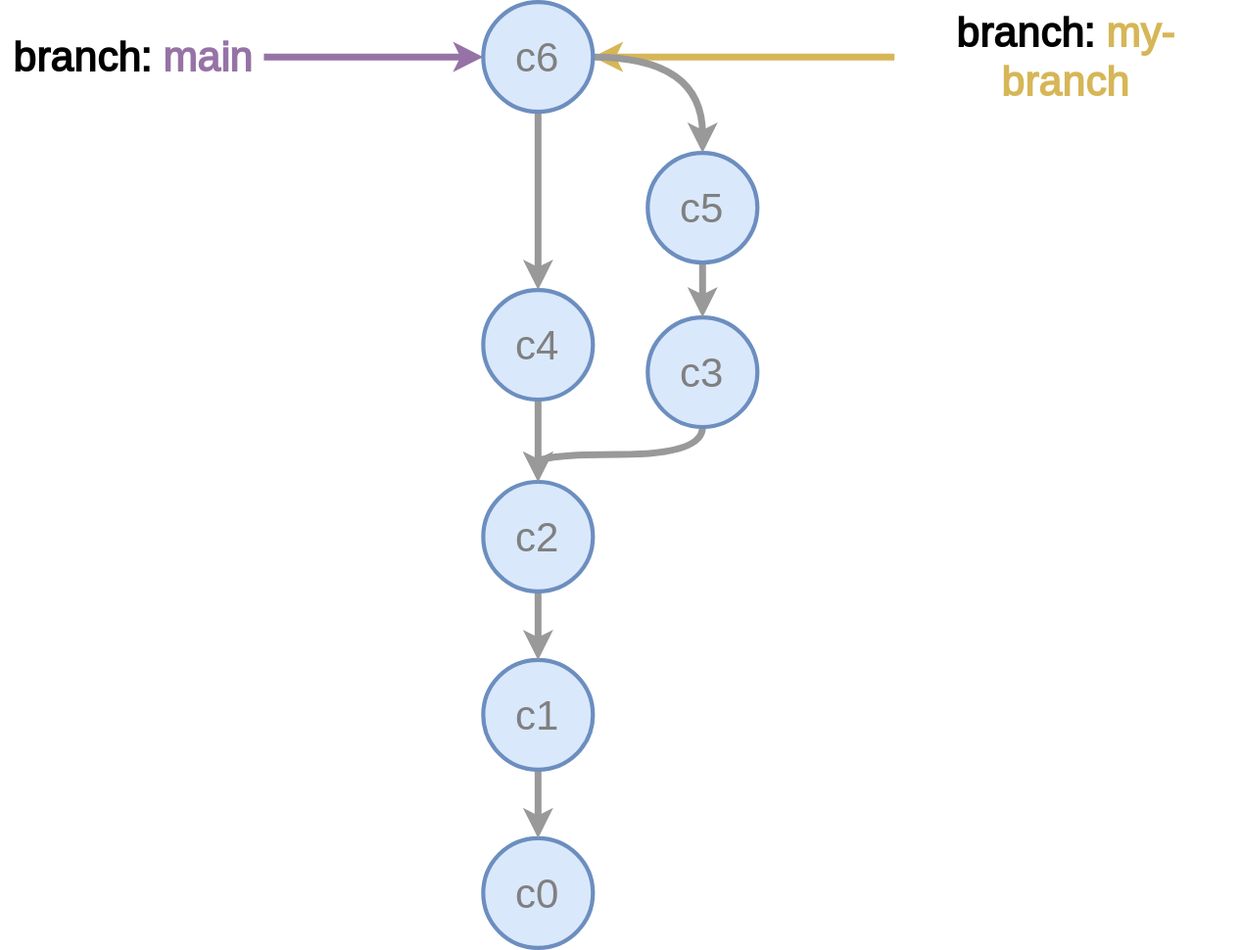
The draw.io diagram public/tags-and-branches-merge.svg in tvannoy/intro-to-git, before a commit. Source tidied: cells renumbered, new cells last; positions are measured from the earlier drawing's top-left corner, leaving out a move shared by most shapes.
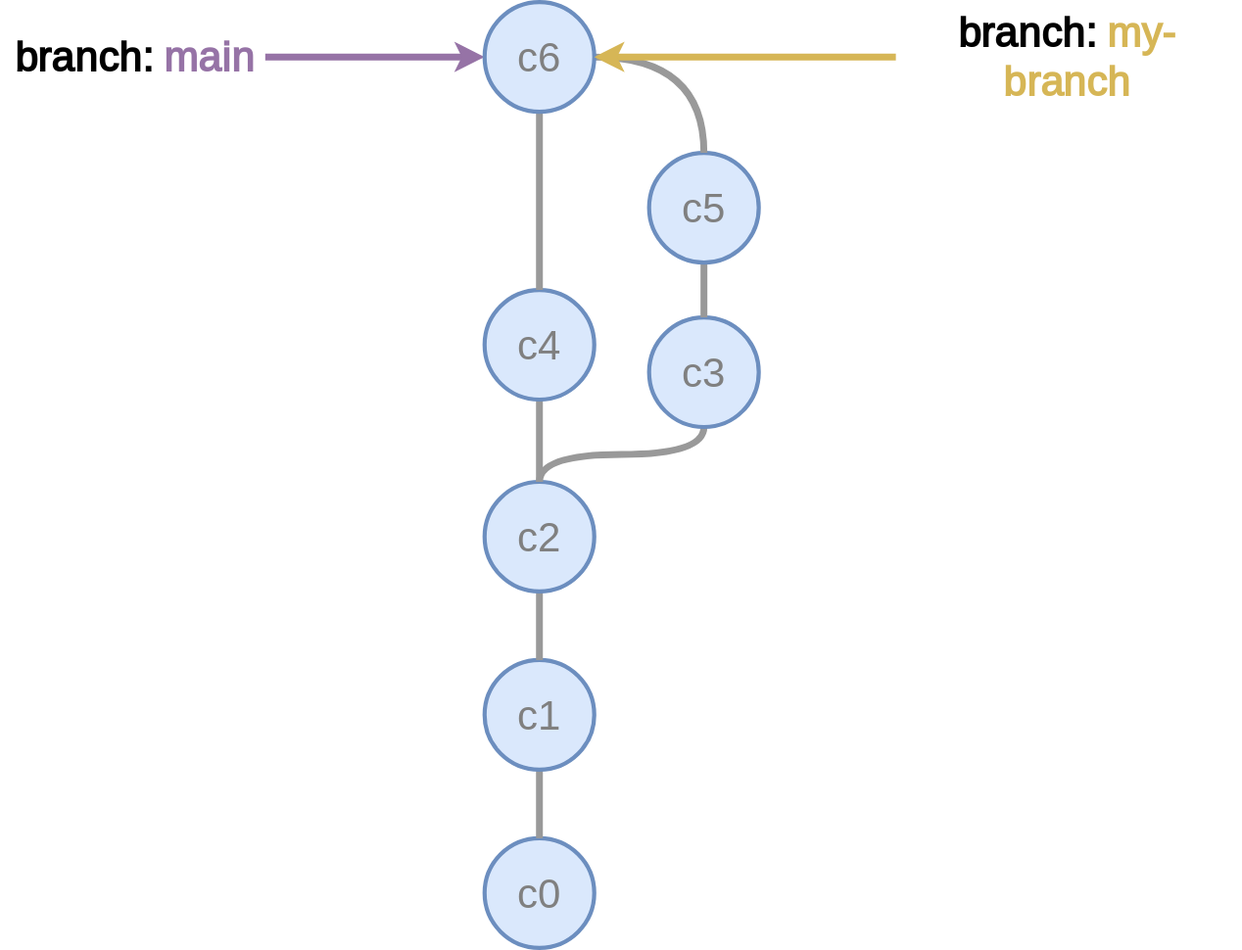
Later version of the same file.

Diff of the diagram source:
```diff
@@ -5,13 +5,13 @@
     <mxCell id="2" value="c0" style="ellipse;whiteSpace=wrap;html=1;fillColor=#dae8fc;strokeColor=#6c8ebf;strokeWidth=3;fontSize=30;fontFamily=Source Sans Pro;fontSource=https%3A%2F%2Ffonts.googleapis.com%2Fcss%3Ffamily%3DSource%2BSans%2BPro;fontColor=#808080;" parent="1" vertex="1">
       <mxGeometry x="350" y="610" width="80" height="80" as="geometry" />
     </mxCell>
-    <mxCell id="3" style="edgeStyle=orthogonalEdgeStyle;curved=1;jettySize=auto;html=1;exitX=0.5;exitY=1;exitDx=0;exitDy=0;entryX=0.5;entryY=0;entryDx=0;entryDy=0;strokeColor=#999999;strokeWidth=5;fontFamily=Source Sans Pro;fontSource=https%3A%2F%2Ffonts.googleapis.com%2Fcss%3Ffamily%3DSource%2BSans%2BPro;fontSize=50;" parent="1" edge="1" source="4" target="2">
+    <mxCell id="3" style="edgeStyle=orthogonalEdgeStyle;curved=1;jettySize=auto;html=1;exitX=0.5;exitY=1;exitDx=0;exitDy=0;entryX=0.5;entryY=0;entryDx=0;entryDy=0;strokeColor=#999999;strokeWidth=5;fontFamily=Source Sans Pro;fontSource=https%3A%2F%2Ffonts.googleapis.com%2Fcss%3Ffamily%3DSource%2BSans%2BPro;fontSize=50;endArrow=none;endFill=0;" parent="1" edge="1" source="4" target="2">
       <mxGeometry relative="1" as="geometry" />
     </mxCell>
     <mxCell id="4" value="&lt;span style=&quot;color: rgb(128, 128, 128); font-family: &amp;quot;Source Sans Pro&amp;quot;; font-size: 30px;&quot;&gt;c1&lt;/span&gt;" style="ellipse;whiteSpace=wrap;html=1;fillColor=#dae8fc;strokeColor=#6c8ebf;strokeWidth=3;fontSize=12;fontFamily=Helvetica;fontSource=https%3A%2F%2Ffonts.googleapis.com%2Fcss%3Ffamily%3DSource%2BSans%2BPro;" parent="1" vertex="1">
       <mxGeometry x="350" y="480" width="80" height="80" as="geometry" />
     </mxCell>
-    <mxCell id="5" style="edgeStyle=orthogonalEdgeStyle;curved=1;jettySize=auto;html=1;exitX=0.5;exitY=1;exitDx=0;exitDy=0;entryX=0.5;entryY=0;entryDx=0;entryDy=0;strokeColor=#999999;strokeWidth=5;fontFamily=Source Sans Pro;fontSource=https%3A%2F%2Ffonts.googleapis.com%2Fcss%3Ffamily%3DSource%2BSans%2BPro;fontSize=50;" parent="1" edge="1" source="6" target="4">
+    <mxCell id="5" style="edgeStyle=orthogonalEdgeStyle;curved=1;jettySize=auto;html=1;exitX=0.5;exitY=1;exitDx=0;exitDy=0;entryX=0.5;entryY=0;entryDx=0;entryDy=0;strokeColor=#999999;strokeWidth=5;fontFamily=Source Sans Pro;fontSource=https%3A%2F%2Ffonts.googleapis.com%2Fcss%3Ffamily%3DSource%2BSans%2BPro;fontSize=50;endArrow=none;endFill=0;" parent="1" edge="1" source="6" target="4">
       <mxGeometry relative="1" as="geometry" />
     </mxCell>
     <mxCell id="6" value="&lt;span style=&quot;color: rgb(128, 128, 128); font-family: &amp;quot;Source Sans Pro&amp;quot;; font-size: 30px;&quot;&gt;c2&lt;/span&gt;" style="ellipse;whiteSpace=wrap;html=1;fillColor=#dae8fc;strokeColor=#6c8ebf;strokeWidth=3;" parent="1" vertex="1">
@@ -23,34 +23,31 @@
     <mxCell id="8" value="&lt;font color=&quot;#000000&quot;&gt;branch:&lt;/font&gt; main" style="text;html=1;strokeColor=none;fillColor=none;align=center;verticalAlign=middle;whiteSpace=wrap;rounded=0;strokeWidth=6;fontFamily=Source Sans Pro;fontSource=https%3A%2F%2Ffonts.googleapis.com%2Fcss%3Ffamily%3DSource%2BSans%2BPro;fontSize=30;fontColor=#9673A6;fontStyle=1;" parent="1" vertex="1">
       <mxGeometry y="25" width="190" height="30" as="geometry" />
     </mxCell>
-    <mxCell id="9" style="edgeStyle=orthogonalEdgeStyle;curved=1;jettySize=auto;html=1;exitX=0.5;exitY=1;exitDx=0;exitDy=0;entryX=0.5;entryY=0;entryDx=0;entryDy=0;strokeColor=#999999;strokeWidth=5;fontFamily=Source Sans Pro;fontSource=https%3A%2F%2Ffonts.googleapis.com%2Fcss%3Ffamily%3DSource%2BSans%2BPro;fontSize=30;fontColor=#000000;" parent="1" edge="1" source="10" target="6">
+    <mxCell id="9" style="edgeStyle=orthogonalEdgeStyle;curved=1;jettySize=auto;html=1;exitX=0.5;exitY=1;exitDx=0;exitDy=0;entryX=0.5;entryY=0;entryDx=0;entryDy=0;strokeColor=#999999;strokeWidth=5;fontFamily=Source Sans Pro;fontSource=https%3A%2F%2Ffonts.googleapis.com%2Fcss%3Ffamily%3DSource%2BSans%2BPro;fontSize=30;fontColor=#000000;endArrow=none;endFill=0;" parent="1" edge="1" source="10" target="6">
       <mxGeometry relative="1" as="geometry" />
     </mxCell>
     <mxCell id="10" value="&lt;span style=&quot;color: rgb(128, 128, 128); font-family: &amp;quot;Source Sans Pro&amp;quot;; font-size: 30px;&quot;&gt;c3&lt;/span&gt;" style="ellipse;whiteSpace=wrap;html=1;fillColor=#dae8fc;strokeColor=#6c8ebf;strokeWidth=3;" parent="1" vertex="1">
       <mxGeometry x="470" y="230" width="80" height="80" as="geometry" />
     </mxCell>
-    <mxCell id="11" style="edgeStyle=orthogonalEdgeStyle;curved=1;jettySize=auto;html=1;exitX=0;exitY=0.5;exitDx=0;exitDy=0;entryX=1;entryY=0.5;entryDx=0;entryDy=0;strokeColor=#D6B656;strokeWidth=5;fontFamily=Source Sans Pro;fontSource=https%3A%2F%2Ffonts.googleapis.com%2Fcss%3Ffamily%3DSource%2BSans%2BPro;fontSize=30;fontColor=#000000;fillColor=#fff2cc;" parent="1" edge="1" source="12" target="19">
-      <mxGeometry relative="1" as="geometry" />
-    </mxCell>
     <mxCell id="12" value="&lt;font color=&quot;#000000&quot;&gt;branch:&lt;/font&gt;&amp;nbsp;&lt;font color=&quot;#d6b656&quot;&gt;my-branch&lt;/font&gt;" style="text;html=1;strokeColor=none;fillColor=none;align=center;verticalAlign=middle;whiteSpace=wrap;rounded=0;strokeWidth=6;fontFamily=Source Sans Pro;fontSource=https%3A%2F%2Ffonts.googleapis.com%2Fcss%3Ffamily%3DSource%2BSans%2BPro;fontSize=30;fontColor=#9673A6;fontStyle=1;" parent="1" vertex="1">
       <mxGeometry x="650" y="25" width="250" height="30" as="geometry" />
     </mxCell>
-    <mxCell id="13" style="edgeStyle=orthogonalEdgeStyle;curved=1;jettySize=auto;html=1;exitX=0.5;exitY=1;exitDx=0;exitDy=0;strokeColor=#999999;strokeWidth=5;fontFamily=Source Sans Pro;fontSource=https%3A%2F%2Ffonts.googleapis.com%2Fcss%3Ffamily%3DSource%2BSans%2BPro;fontSize=30;fontColor=#D6B656;" parent="1" edge="1" source="14" target="6">
+    <mxCell id="13" style="edgeStyle=orthogonalEdgeStyle;curved=1;jettySize=auto;html=1;exitX=0.5;exitY=1;exitDx=0;exitDy=0;strokeColor=#999999;strokeWidth=5;fontFamily=Source Sans Pro;fontSource=https%3A%2F%2Ffonts.googleapis.com%2Fcss%3Ffamily%3DSource%2BSans%2BPro;fontSize=30;fontColor=#D6B656;endArrow=none;endFill=0;" parent="1" edge="1" source="14" target="6">
       <mxGeometry relative="1" as="geometry" />
     </mxCell>
     <mxCell id="14" value="&lt;span style=&quot;color: rgb(128, 128, 128); font-family: &amp;quot;Source Sans Pro&amp;quot;; font-size: 30px;&quot;&gt;c4&lt;/span&gt;" style="ellipse;whiteSpace=wrap;html=1;fillColor=#dae8fc;strokeColor=#6c8ebf;strokeWidth=3;" parent="1" vertex="1">
       <mxGeometry x="350" y="210" width="80" height="80" as="geometry" />
     </mxCell>
-    <mxCell id="15" style="edgeStyle=orthogonalEdgeStyle;curved=1;jettySize=auto;html=1;exitX=0.5;exitY=1;exitDx=0;exitDy=0;entryX=0.5;entryY=0;entryDx=0;entryDy=0;strokeColor=#999999;strokeWidth=5;fontFamily=Source Sans Pro;fontSource=https%3A%2F%2Ffonts.googleapis.com%2Fcss%3Ffamily%3DSource%2BSans%2BPro;fontSize=30;fontColor=#D6B656;" parent="1" edge="1" source="16" target="10">
+    <mxCell id="15" style="edgeStyle=orthogonalEdgeStyle;curved=1;jettySize=auto;html=1;exitX=0.5;exitY=1;exitDx=0;exitDy=0;entryX=0.5;entryY=0;entryDx=0;entryDy=0;strokeColor=#999999;strokeWidth=5;fontFamily=Source Sans Pro;fontSource=https%3A%2F%2Ffonts.googleapis.com%2Fcss%3Ffamily%3DSource%2BSans%2BPro;fontSize=30;fontColor=#D6B656;endArrow=none;endFill=0;" parent="1" edge="1" source="16" target="10">
       <mxGeometry relative="1" as="geometry" />
     </mxCell>
     <mxCell id="16" value="&lt;span style=&quot;color: rgb(128, 128, 128); font-family: &amp;quot;Source Sans Pro&amp;quot;; font-size: 30px;&quot;&gt;c5&lt;/span&gt;" style="ellipse;whiteSpace=wrap;html=1;fillColor=#dae8fc;strokeColor=#6c8ebf;strokeWidth=3;" parent="1" vertex="1">
       <mxGeometry x="470" y="110" width="80" height="80" as="geometry" />
     </mxCell>
-    <mxCell id="17" style="edgeStyle=orthogonalEdgeStyle;curved=1;jettySize=auto;html=1;exitX=0.5;exitY=1;exitDx=0;exitDy=0;entryX=0.5;entryY=0;entryDx=0;entryDy=0;strokeColor=#999999;strokeWidth=5;fontFamily=Source Sans Pro;fontSource=https%3A%2F%2Ffonts.googleapis.com%2Fcss%3Ffamily%3DSource%2BSans%2BPro;fontSize=30;fontColor=#D6B656;" parent="1" edge="1" source="19" target="14">
+    <mxCell id="17" style="edgeStyle=orthogonalEdgeStyle;curved=1;jettySize=auto;html=1;exitX=0.5;exitY=1;exitDx=0;exitDy=0;entryX=0.5;entryY=0;entryDx=0;entryDy=0;strokeColor=#999999;strokeWidth=5;fontFamily=Source Sans Pro;fontSource=https%3A%2F%2Ffonts.googleapis.com%2Fcss%3Ffamily%3DSource%2BSans%2BPro;fontSize=30;fontColor=#D6B656;endArrow=none;endFill=0;" parent="1" edge="1" source="19" target="14">
       <mxGeometry relative="1" as="geometry" />
     </mxCell>
-    <mxCell id="18" style="edgeStyle=orthogonalEdgeStyle;curved=1;jettySize=auto;html=1;exitX=1;exitY=0.5;exitDx=0;exitDy=0;strokeColor=#999999;strokeWidth=5;fontFamily=Source Sans Pro;fontSource=https%3A%2F%2Ffonts.googleapis.com%2Fcss%3Ffamily%3DSource%2BSans%2BPro;fontSize=30;fontColor=#D6B656;" parent="1" edge="1" source="19">
+    <mxCell id="18" style="edgeStyle=orthogonalEdgeStyle;curved=1;jettySize=auto;html=1;exitX=1;exitY=0.5;exitDx=0;exitDy=0;strokeColor=#999999;strokeWidth=5;fontFamily=Source Sans Pro;fontSource=https%3A%2F%2Ffonts.googleapis.com%2Fcss%3Ffamily%3DSource%2BSans%2BPro;fontSize=30;fontColor=#D6B656;endArrow=none;endFill=0;" parent="1" edge="1" source="19">
       <mxGeometry relative="1" as="geometry">
         <mxPoint x="510" y="110" as="targetPoint" />
       </mxGeometry>
@@ -58,5 +55,8 @@
     <mxCell id="19" value="&lt;span style=&quot;color: rgb(128, 128, 128); font-family: &amp;quot;Source Sans Pro&amp;quot;; font-size: 30px;&quot;&gt;c6&lt;/span&gt;" style="ellipse;whiteSpace=wrap;html=1;fillColor=#dae8fc;strokeColor=#6c8ebf;strokeWidth=3;" parent="1" vertex="1">
       <mxGeometry x="350" width="80" height="80" as="geometry" />
     </mxCell>
+    <mxCell id="11" style="edgeStyle=orthogonalEdgeStyle;curved=1;jettySize=auto;html=1;exitX=0;exitY=0.5;exitDx=0;exitDy=0;entryX=1;entryY=0.5;entryDx=0;entryDy=0;strokeColor=#D6B656;strokeWidth=5;fontFamily=Source Sans Pro;fontSource=https%3A%2F%2Ffonts.googleapis.com%2Fcss%3Ffamily%3DSource%2BSans%2BPro;fontSize=30;fontColor=#000000;fillColor=#fff2cc;" parent="1" edge="1" source="12" target="19">
+      <mxGeometry relative="1" as="geometry" />
+    </mxCell>
   </root>
 </mxGraphModel>
```
